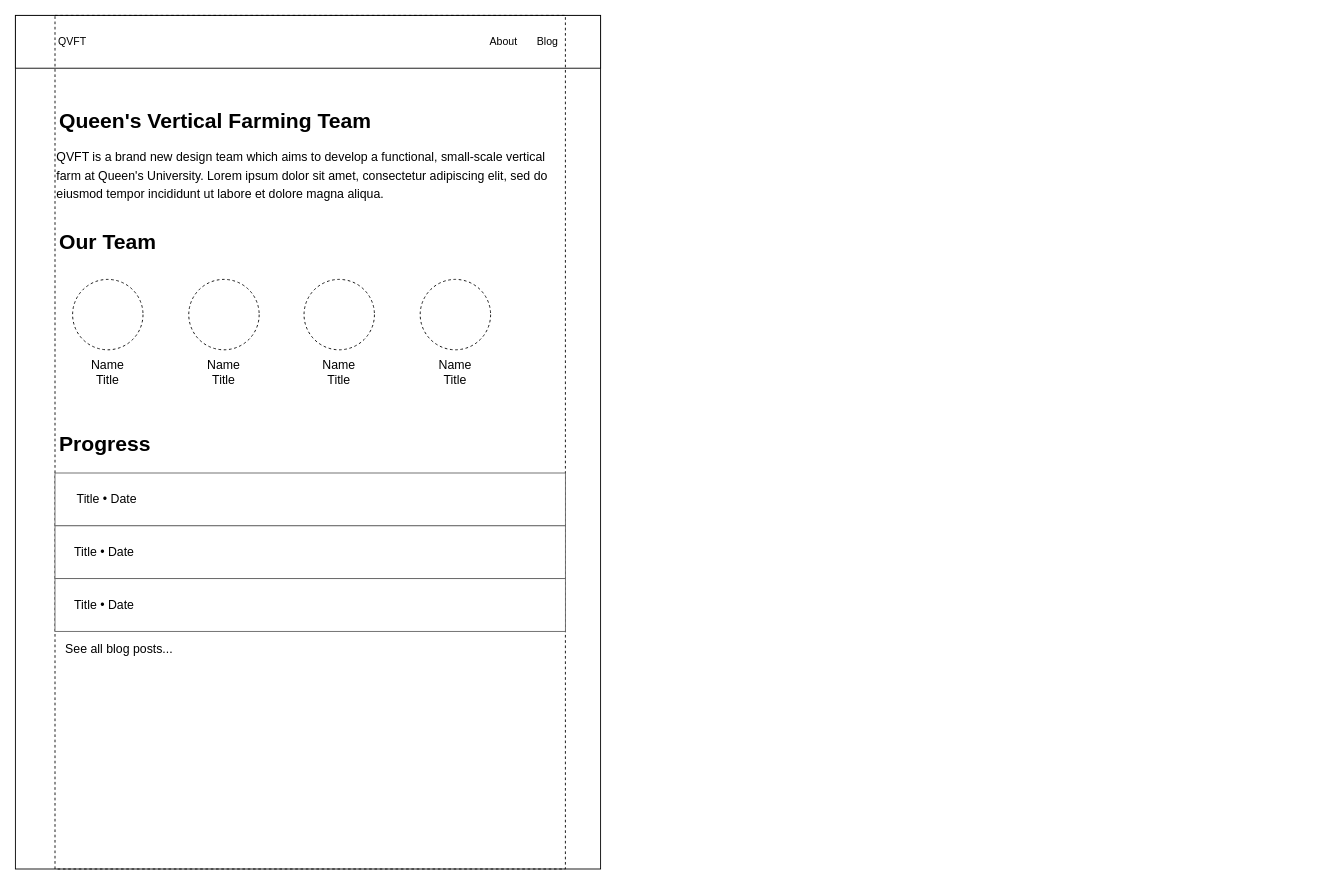
Before: website-design.drawio in QVFT/QVFT-Client, a draw.io diagram. Source tidied: cells renumbered, new cells numbered last; positions are measured from the earlier drawing's top-left corner, leaving out a move shared by most shapes. Both pictures are drawn from the tidied source at 88%, with x=0, y=0 at pixel (15, 15).
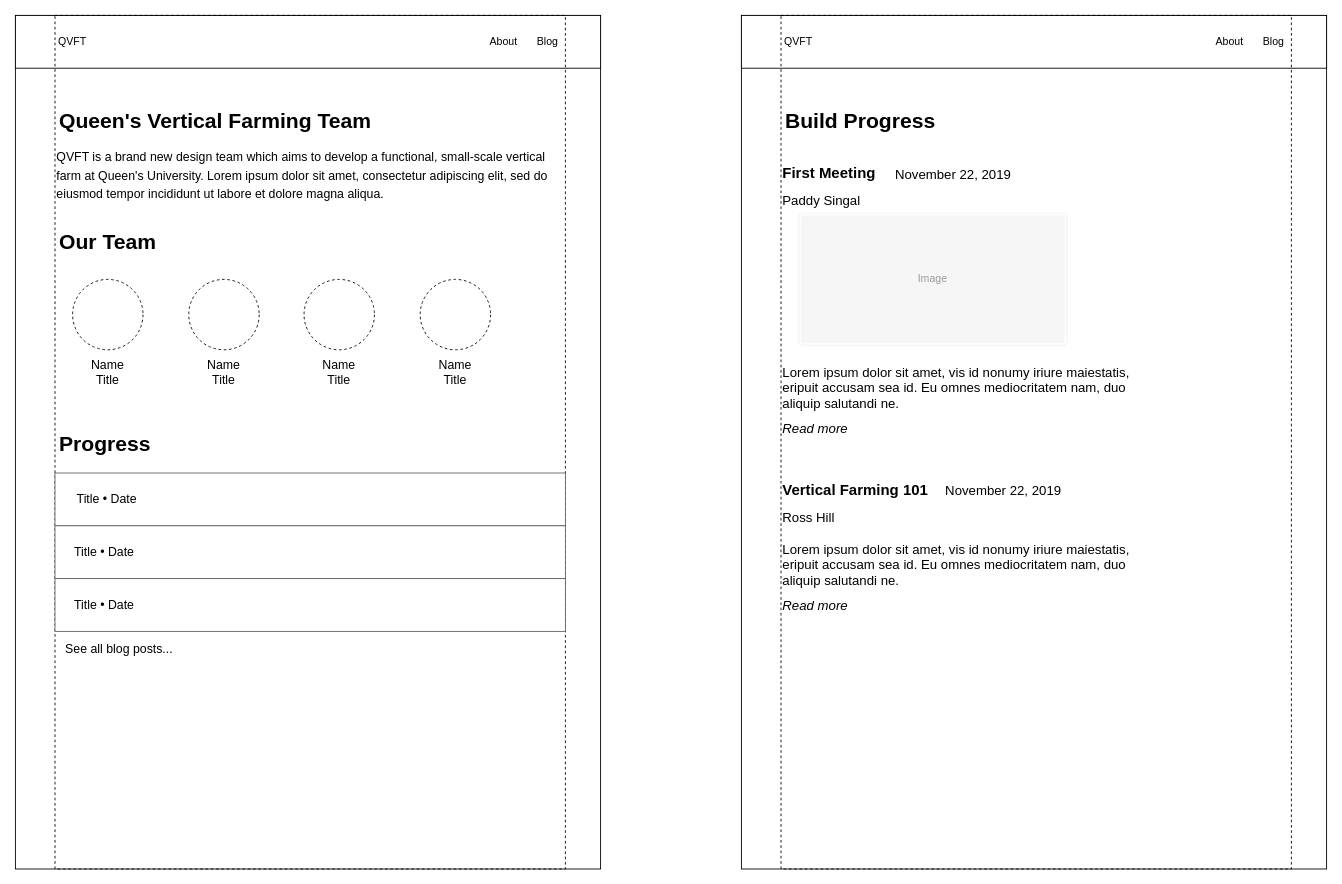
After the change.

What changed in the source:
```diff
@@
+    <mxCell id="27" style="rounded=0;whiteSpace=wrap;html=1;" parent="1" vertex="1">
+      <mxGeometry x="825" width="665" height="970" as="geometry" />
+    </mxCell>
+    <mxCell id="28" style="rounded=0;whiteSpace=wrap;html=1;" parent="1" vertex="1">
+      <mxGeometry x="825" width="665" height="60" as="geometry" />
+    </mxCell>
+    <mxCell id="29" value="QVFT" style="text;html=1;strokeColor=none;fillColor=none;align=center;verticalAlign=middle;whiteSpace=wrap;rounded=0;" parent="1" vertex="1">
+      <mxGeometry x="850" y="20" width="80" height="20" as="geometry" />
+    </mxCell>
+    <mxCell id="30" value="Blog" style="text;html=1;strokeColor=none;fillColor=none;align=center;verticalAlign=middle;whiteSpace=wrap;rounded=0;" parent="1" vertex="1">
+      <mxGeometry x="1410" y="20" width="40" height="20" as="geometry" />
+    </mxCell>
+    <mxCell id="31" value="About" style="text;html=1;strokeColor=none;fillColor=none;align=center;verticalAlign=middle;whiteSpace=wrap;rounded=0;" parent="1" vertex="1">
+      <mxGeometry x="1360" y="20" width="40" height="20" as="geometry" />
+    </mxCell>
+    <mxCell id="32" style="rounded=0;whiteSpace=wrap;html=1;fillColor=none;dashed=1;" parent="1" vertex="1">
+      <mxGeometry x="870" width="580" height="970" as="geometry" />
+    </mxCell>
+    <mxCell id="33" value="&lt;h1&gt;Build Progress&lt;br&gt;&lt;/h1&gt;" style="text;html=1;strokeColor=none;fillColor=none;spacing=5;spacingTop=-20;whiteSpace=wrap;overflow=hidden;rounded=0;dashed=1;" parent="1" vertex="1">
+      <mxGeometry x="870" y="100" width="580" height="40" as="geometry" />
+    </mxCell>
+    <mxCell id="34" value="First Meeting" style="text;html=1;strokeColor=none;fillColor=none;align=left;verticalAlign=middle;whiteSpace=wrap;rounded=0;fontSize=17;fontStyle=1;" parent="1" vertex="1">
+      <mxGeometry x="870" y="170" width="150" height="20" as="geometry" />
+    </mxCell>
+    <mxCell id="35" value="November 22, 2019" style="text;html=1;strokeColor=none;fillColor=none;align=left;verticalAlign=middle;whiteSpace=wrap;rounded=0;fontSize=15;" parent="1" vertex="1">
+      <mxGeometry x="997.5" y="170" width="170" height="20" as="geometry" />
+    </mxCell>
+    <mxCell id="36" value="&lt;div style=&quot;font-size: 15px;&quot; align=&quot;left&quot;&gt;Paddy Singal&lt;br style=&quot;font-size: 15px;&quot;&gt;&lt;/div&gt;" style="text;html=1;strokeColor=none;fillColor=none;align=left;verticalAlign=middle;whiteSpace=wrap;rounded=0;fontSize=15;" parent="1" vertex="1">
+      <mxGeometry x="870" y="200" width="145" height="20" as="geometry" />
+    </mxCell>
+    <mxCell id="37" value="Image" style="html=1;shadow=0;dashed=0;shape=mxgraph.bootstrap.image;align=center;rSize=5;strokeColor=#f6f6f6;fillColor=#f6f6f6;fontColor=#999999;strokeWidth=2;whiteSpace=wrap;" parent="1" vertex="1">
+      <mxGeometry x="890" y="225" width="305" height="150" as="geometry" />
+    </mxCell>
+    <mxCell id="38" value="Lorem ipsum dolor sit amet, vis id nonumy iriure maiestatis, eripuit accusam sea id. Eu omnes mediocritatem nam, duo aliquip salutandi ne." style="text;html=1;strokeColor=none;fillColor=none;align=left;verticalAlign=middle;whiteSpace=wrap;rounded=0;fontSize=15;" parent="1" vertex="1">
+      <mxGeometry x="870" y="390" width="425" height="65" as="geometry" />
+    </mxCell>
+    <mxCell id="39" value="Read more" style="text;html=1;strokeColor=none;fillColor=none;align=left;verticalAlign=middle;whiteSpace=wrap;rounded=0;fontSize=15;fontStyle=2;" parent="1" vertex="1">
+      <mxGeometry x="870" y="459" width="95" height="20" as="geometry" />
+    </mxCell>
+    <mxCell id="40" value="Vertical Farming 101" style="text;html=1;strokeColor=none;fillColor=none;align=left;verticalAlign=middle;whiteSpace=wrap;rounded=0;fontSize=17;fontStyle=1;" parent="1" vertex="1">
+      <mxGeometry x="870" y="530" width="173" height="20" as="geometry" />
+    </mxCell>
+    <mxCell id="41" value="November 22, 2019" style="text;html=1;strokeColor=none;fillColor=none;align=left;verticalAlign=middle;whiteSpace=wrap;rounded=0;fontSize=15;" parent="1" vertex="1">
+      <mxGeometry x="1055" y="529" width="170" height="20" as="geometry" />
+    </mxCell>
+    <mxCell id="42" value="Ross Hill" style="text;html=1;strokeColor=none;fillColor=none;align=left;verticalAlign=middle;whiteSpace=wrap;rounded=0;fontSize=15;" parent="1" vertex="1">
+      <mxGeometry x="870" y="560" width="145" height="20" as="geometry" />
+    </mxCell>
+    <mxCell id="43" value="Lorem ipsum dolor sit amet, vis id nonumy iriure maiestatis, eripuit accusam sea id. Eu omnes mediocritatem nam, duo aliquip salutandi ne." style="text;html=1;strokeColor=none;fillColor=none;align=left;verticalAlign=middle;whiteSpace=wrap;rounded=0;fontSize=15;" parent="1" vertex="1">
+      <mxGeometry x="870" y="591" width="425" height="65" as="geometry" />
+    </mxCell>
+    <mxCell id="44" value="Read more" style="text;html=1;strokeColor=none;fillColor=none;align=left;verticalAlign=middle;whiteSpace=wrap;rounded=0;fontSize=15;fontStyle=2;" parent="1" vertex="1">
+      <mxGeometry x="870" y="660" width="95" height="20" as="geometry" />
+    </mxCell>
```
